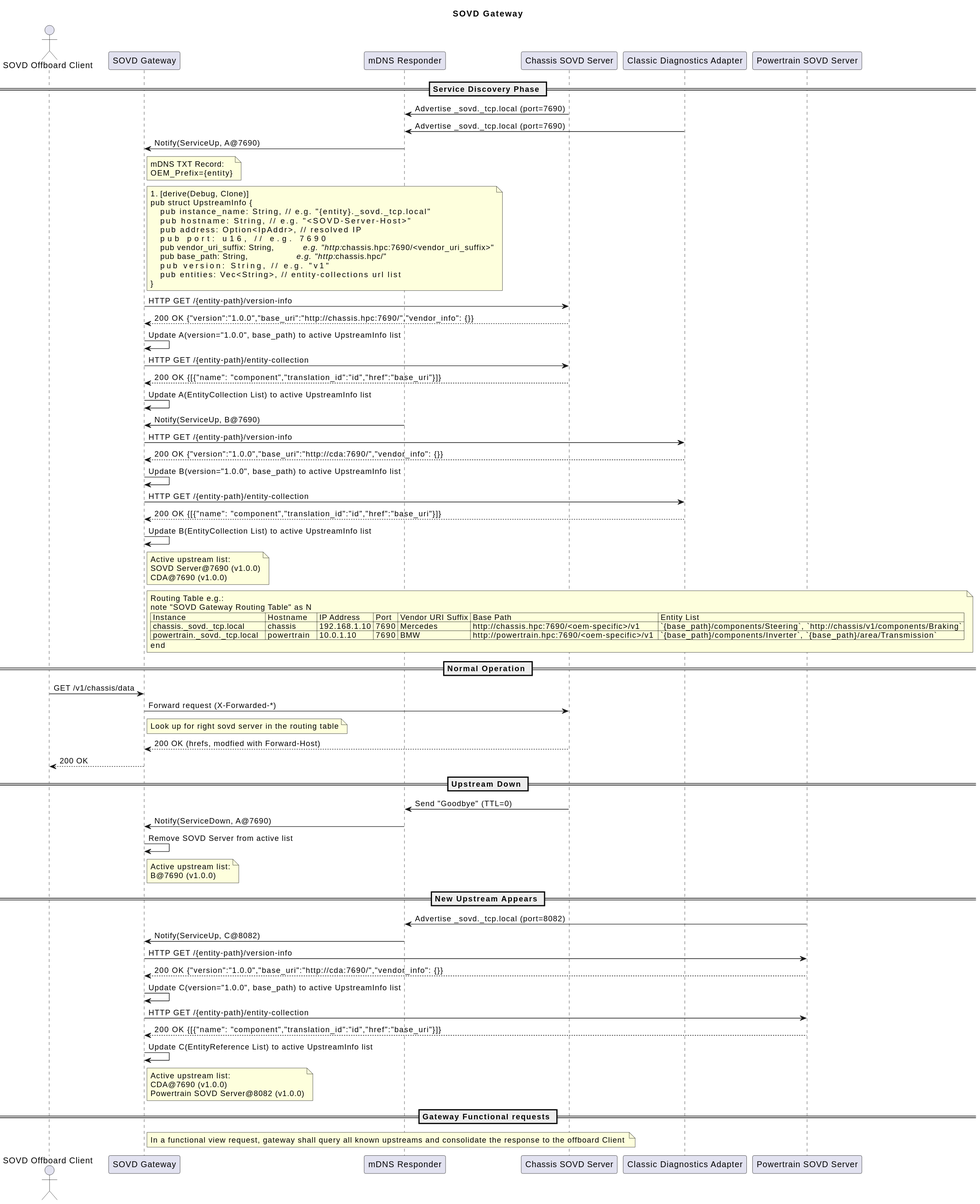
Earlier version of the PlantUML export docs/architecture/Gateway_SOVD_Server_Sequence.svg (lorinciubeica10/opensovd-core). Source of this version:
```plantuml
@startuml
title SOVD Gateway

actor "SOVD Offboard Client" as Client
participant "SOVD Gateway" as Gateway
participant "mDNS Responder" as MDNS
participant "Chassis SOVD Server" as A
participant "Classic Diagnostics Adapter" as B

== Service Discovery Phase ==

A -> MDNS: Advertise _sovd._tcp.local (port=7690)
B -> MDNS: Advertise _sovd._tcp.local (port=7690)

MDNS -> Gateway: Notify(ServiceUp, A@7690)

note right of Gateway
mDNS TXT Record:
OEM_Prefix={entity}
end note


note right of Gateway
#[derive(Debug, Clone)]
pub struct UpstreamInfo {
    pub instance_name: String,               // e.g. "{entity}._sovd._tcp.local"
    pub hostname: String,                    // e.g. "<SOVD-Server-Host>"
    pub address: Option<IpAddr>,             // resolved IP
    pub port: u16,                           // e.g. 7690
    pub vendor_uri_suffix: String,           // e.g. "http://chassis.hpc:7690/<vendor_uri_suffix>"
    pub base_path: String,                   // e.g. "http://chassis.hpc/"
    pub version: String,                     // e.g. "v1"
    pub entities: Vec<String>,               // entity-collections url list
}
end note

Gateway -> A: HTTP GET /{entity-path}/version-info
A --> Gateway: 200 OK {"version":"1.0.0","base_uri":"http://chassis.hpc:7690/","vendor_info": {}}
Gateway -> Gateway: Update A(version="1.0.0", base_path) to active UpstreamInfo list

Gateway -> A: HTTP GET /{entity-path}/entity-collection
A --> Gateway: 200 OK {[{"name": "component","translation_id":"id","href":"base_uri"}]}
Gateway -> Gateway: Update A(EntityCollection List) to active UpstreamInfo list

MDNS -> Gateway: Notify(ServiceUp, B@7690)
Gateway -> B: HTTP GET /{entity-path}/version-info
B --> Gateway: 200 OK {"version":"1.0.0","base_uri":"http://cda:7690/","vendor_info": {}}
Gateway -> Gateway: Update B(version="1.0.0", base_path) to active UpstreamInfo list

Gateway -> B: HTTP GET /{entity-path}/entity-collection
B --> Gateway: 200 OK {[{"name": "component","translation_id":"id","href":"base_uri"}]}
Gateway -> Gateway: Update B(EntityCollection List) to active UpstreamInfo list

note right of Gateway
Active upstream list:
SOVD Server@7690 (v1.0.0)
CDA@7690 (v1.0.0)
end note


note right of Gateway
Routing Table e.g.:
note "SOVD Gateway Routing Table" as N
| Instance                     | Hostname    | IP Address   | Port | Vendor URI Suffix | Base Path                     | Entity List |
| chassis._sovd._tcp.local      | chassis    | 192.168.1.10 | 7690 | Mercedes        | http://chassis.hpc:7690/<oem-specific>/v1     | `{base_path}/components/Steering`, `http://chassis/v1/components/Braking` |
| powertrain._sovd._tcp.local   | powertrain | 10.0.1.10    | 7690 | BMW             | http://powertrain.hpc:7690/<oem-specific>/v1  | `{base_path}/components/Inverter`, `{base_path}/area/Transmission` |
end
endnote

== Normal Operation ==


Client -> Gateway: GET /v1/chassis/data
Gateway -> A: Forward request (X-Forwarded-*)
note right of Gateway
Look up for right sovd server in the routing table
end note
A --> Gateway: 200 OK (hrefs, modfied with Forward-Host)
Gateway --> Client: 200 OK

== Upstream Down ==

A -> MDNS: Send "Goodbye" (TTL=0)
MDNS -> Gateway: Notify(ServiceDown, A@7690)
Gateway -> Gateway: Remove SOVD Server from active list

note right of Gateway
Active upstream list:
B@7690 (v1.0.0)
end note

== New Upstream Appears ==

participant "Powertrain SOVD Server" as C
C -> MDNS: Advertise _sovd._tcp.local (port=8082)
MDNS -> Gateway: Notify(ServiceUp, C@8082)
Gateway -> C: HTTP GET /{entity-path}/version-info
C --> Gateway: 200 OK {"version":"1.0.0","base_uri":"http://cda:7690/","vendor_info": {}}
Gateway -> Gateway: Update C(version="1.0.0", base_path) to active UpstreamInfo list

Gateway -> C: HTTP GET /{entity-path}/entity-collection
C --> Gateway: 200 OK {[{"name": "component","translation_id":"id","href":"base_uri"}]}
Gateway -> Gateway: Update C(EntityReference List) to active UpstreamInfo list

note right of Gateway
Active upstream list:
CDA@7690 (v1.0.0)
Powertrain SOVD Server@8082 (v1.0.0)
end note

== Gateway Functional requests ==
note right of Gateway
In a functional view request, gateway shall query all known upstreams and consolidate the response to the offboard Client
end note
@enduml
```
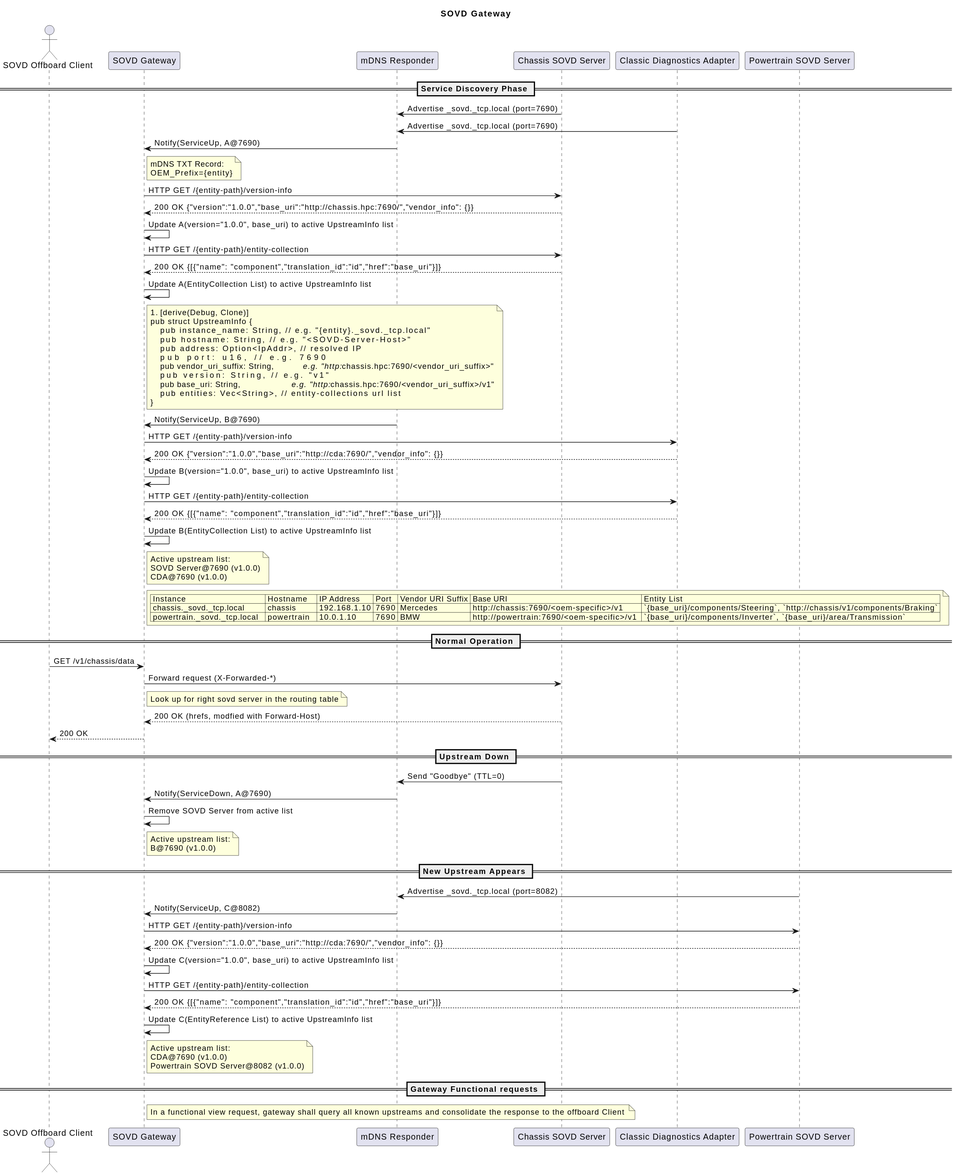
The same file after the commit.

Commit message:
updated sequence diagrams and arch view

The edit, as a diff of the source:
```diff
@@ -20,6 +20,14 @@
 end note
 
 
+Gateway -> A: HTTP GET /{entity-path}/version-info
+A --> Gateway: 200 OK {"version":"1.0.0","base_uri":"http://chassis.hpc:7690/","vendor_info": {}}
+Gateway -> Gateway: Update A(version="1.0.0", base_uri) to active UpstreamInfo list
+
+Gateway -> A: HTTP GET /{entity-path}/entity-collection
+A --> Gateway: 200 OK {[{"name": "component","translation_id":"id","href":"base_uri"}]}
+Gateway -> Gateway: Update A(EntityCollection List) to active UpstreamInfo list
+
 note right of Gateway
 #[derive(Debug, Clone)]
 pub struct UpstreamInfo {
@@ -28,24 +36,17 @@
     pub address: Option<IpAddr>,             // resolved IP
     pub port: u16,                           // e.g. 7690
     pub vendor_uri_suffix: String,           // e.g. "http://chassis.hpc:7690/<vendor_uri_suffix>"
-    pub base_path: String,                   // e.g. "http://chassis.hpc/"
     pub version: String,                     // e.g. "v1"
+    pub base_uri: String,                    // e.g. "http://chassis.hpc:7690/<vendor_uri_suffix>/v1"
     pub entities: Vec<String>,               // entity-collections url list
 }
 end note
 
-Gateway -> A: HTTP GET /{entity-path}/version-info
-A --> Gateway: 200 OK {"version":"1.0.0","base_uri":"http://chassis.hpc:7690/","vendor_info": {}}
-Gateway -> Gateway: Update A(version="1.0.0", base_path) to active UpstreamInfo list
-
-Gateway -> A: HTTP GET /{entity-path}/entity-collection
-A --> Gateway: 200 OK {[{"name": "component","translation_id":"id","href":"base_uri"}]}
-Gateway -> Gateway: Update A(EntityCollection List) to active UpstreamInfo list
 
 MDNS -> Gateway: Notify(ServiceUp, B@7690)
 Gateway -> B: HTTP GET /{entity-path}/version-info
 B --> Gateway: 200 OK {"version":"1.0.0","base_uri":"http://cda:7690/","vendor_info": {}}
-Gateway -> Gateway: Update B(version="1.0.0", base_path) to active UpstreamInfo list
+Gateway -> Gateway: Update B(version="1.0.0", base_uri) to active UpstreamInfo list
 
 Gateway -> B: HTTP GET /{entity-path}/entity-collection
 B --> Gateway: 200 OK {[{"name": "component","translation_id":"id","href":"base_uri"}]}
@@ -59,16 +60,12 @@
 
 
 note right of Gateway
-Routing Table e.g.:
-note "SOVD Gateway Routing Table" as N
-| Instance                     | Hostname    | IP Address   | Port | Vendor URI Suffix | Base Path                     | Entity List |
-| chassis._sovd._tcp.local      | chassis    | 192.168.1.10 | 7690 | Mercedes        | http://chassis.hpc:7690/<oem-specific>/v1     | `{base_path}/components/Steering`, `http://chassis/v1/components/Braking` |
-| powertrain._sovd._tcp.local   | powertrain | 10.0.1.10    | 7690 | BMW             | http://powertrain.hpc:7690/<oem-specific>/v1  | `{base_path}/components/Inverter`, `{base_path}/area/Transmission` |
-end
+| Instance                     | Hostname    | IP Address   | Port | Vendor URI Suffix | Base URI                     | Entity List |
+| chassis._sovd._tcp.local  | chassis    | 192.168.1.10 | 7690 | Mercedes        | http://chassis:7690/<oem-specific>/v1     | `{base_uri}/components/Steering`, `http://chassis/v1/components/Braking` |
+| powertrain._sovd._tcp.local   | powertrain | 10.0.1.10    | 7690 | BMW             | http://powertrain:7690/<oem-specific>/v1  | `{base_uri}/components/Inverter`, `{base_uri}/area/Transmission` |
 endnote
 
 == Normal Operation ==
-
 
 Client -> Gateway: GET /v1/chassis/data
 Gateway -> A: Forward request (X-Forwarded-*)
@@ -96,7 +93,7 @@
 MDNS -> Gateway: Notify(ServiceUp, C@8082)
 Gateway -> C: HTTP GET /{entity-path}/version-info
 C --> Gateway: 200 OK {"version":"1.0.0","base_uri":"http://cda:7690/","vendor_info": {}}
-Gateway -> Gateway: Update C(version="1.0.0", base_path) to active UpstreamInfo list
+Gateway -> Gateway: Update C(version="1.0.0", base_uri) to active UpstreamInfo list
 
 Gateway -> C: HTTP GET /{entity-path}/entity-collection
 C --> Gateway: 200 OK {[{"name": "component","translation_id":"id","href":"base_uri"}]}
```
